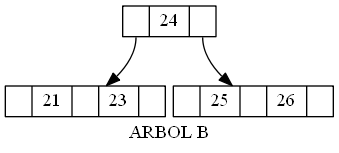
Before: EDD_Proyecto2/Reportes/B.png, a diagram exported from Graphviz (hr9457/EDD_1S2020_PY2_201314296). Its source is kept beside it as EDD_Proyecto2/ArchivosDot/B.dot. Source of this version:
```dot
digraph B{
nodesep=0.08;
node [shape=record,width=0.1,height=0.1];
nodo24[label="<h0>| 24| <h1>" ];
nodo21[label="<h0>| 21| <h1>| 23| <h2>" ];
nodo25[label="<h0>| 25| <h1>| 26| <h2>" ];
nodo24:h0->nodo21;
nodo24:h1->nodo25;
label = " ARBOL B ";
}
```
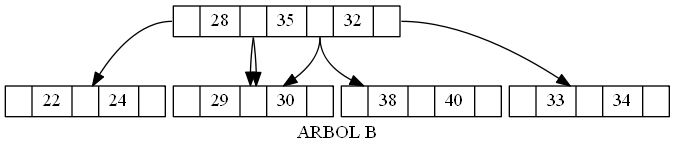
The same diagram one commit later.

Change to the diagram source:
```diff
@@ -1,10 +1,18 @@
 digraph B{
 nodesep=0.08;
 node [shape=record,width=0.1,height=0.1];
-nodo24[label="<h0>| 24| <h1>" ];
-nodo21[label="<h0>| 21| <h1>| 23| <h2>" ];
-nodo25[label="<h0>| 25| <h1>| 26| <h2>" ];
-nodo24:h0->nodo21;
-nodo24:h1->nodo25;
+nodo28[label="<h0>| 28| <h1>| 35| <h2>| 32| <h3>" ];
+nodo22[label="<h0>| 22| <h1>| 24| <h2>" ];
+nodo29[label="<h0>| 29| <h1>| 30| <h2>" ];
+nodo29[label="<h0>| 29| <h1>| 30| <h2>" ];
+nodo38[label="<h0>| 38| <h1>| 40| <h2>" ];
+nodo29[label="<h0>| 29| <h1>| 30| <h2>" ];
+nodo33[label="<h0>| 33| <h1>| 34| <h2>" ];
+nodo28:h0->nodo22;
+nodo28:h1->nodo29;
+nodo28:h1->nodo29;
+nodo28:h2->nodo38;
+nodo28:h2->nodo29;
+nodo28:h3->nodo33;
 label = " ARBOL B ";
 }
```
